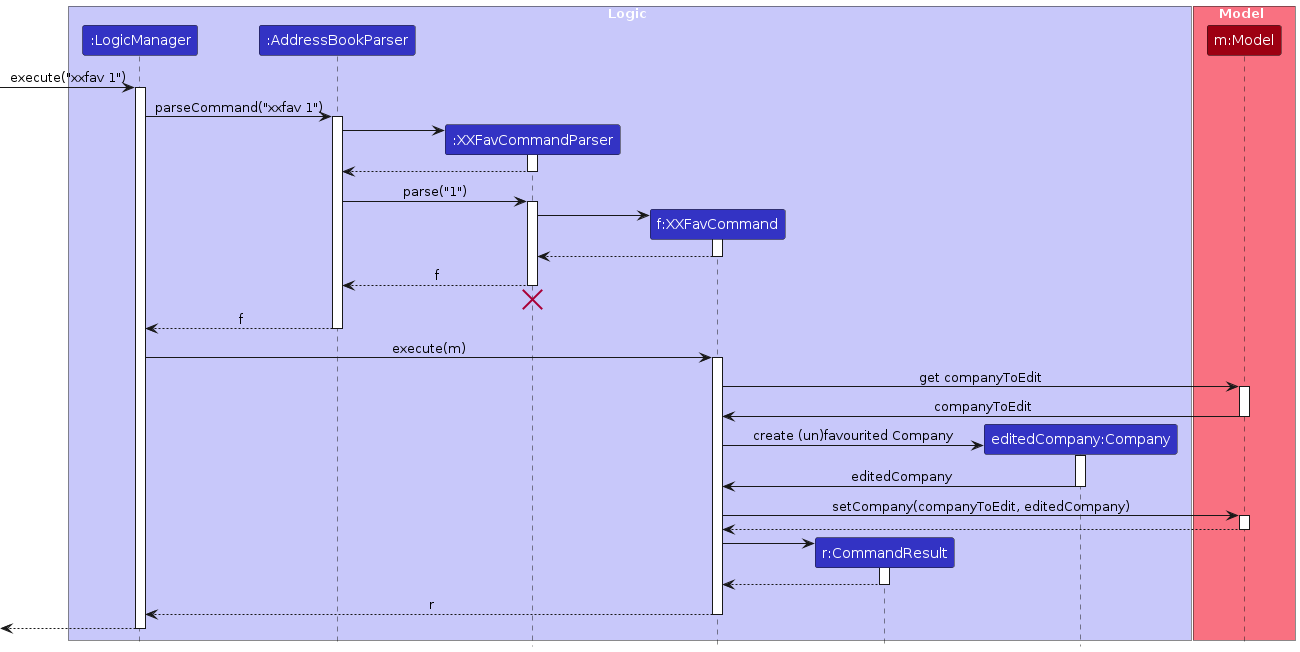
Earlier version of the PlantUML export diagrams/FavSequenceDiagram.png (AY2425S1-CS2103T-T09-1/tp). Its source is kept beside it as diagrams/FavSequenceDiagram.puml.
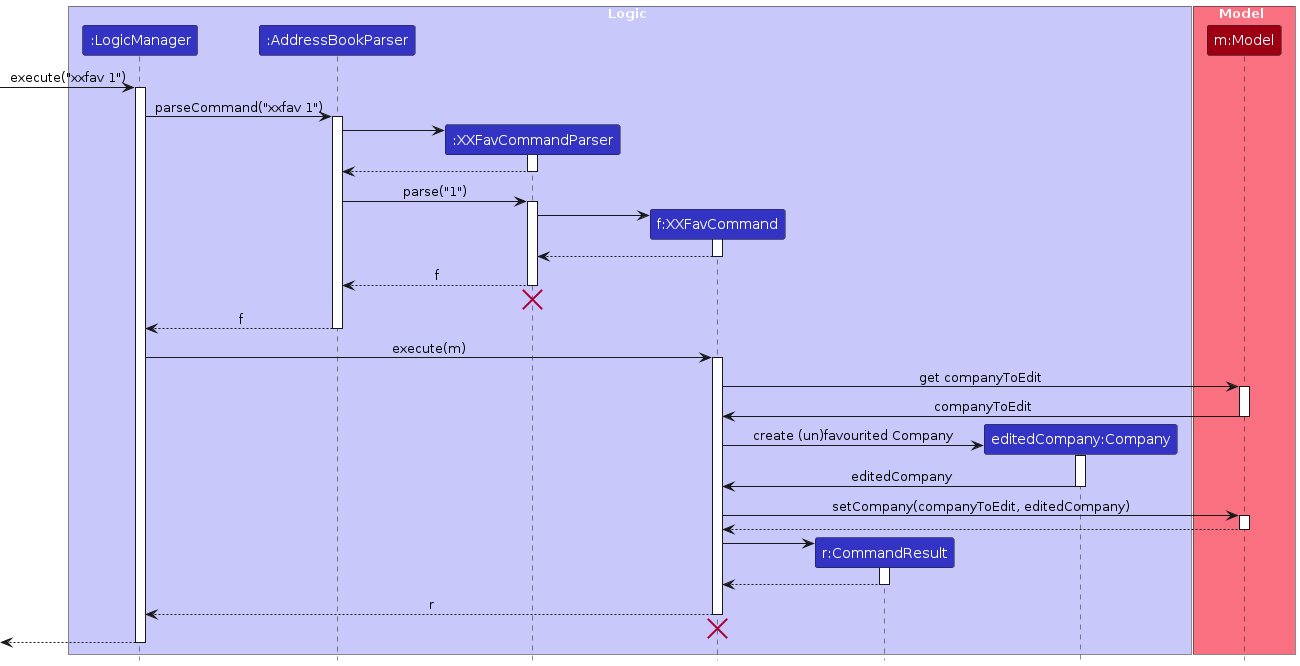
After the change.

The edit, as a diff of the source:
```diff
@@ -78,6 +78,9 @@
 XXFavCommand --> LogicManager : r
 deactivate XXFavCommand
 
+XXFavCommand -[hidden]-> LogicManager
+destroy XXFavCommand
+
 [<-- LogicManager
 deactivate LogicManager
 @enduml
```
